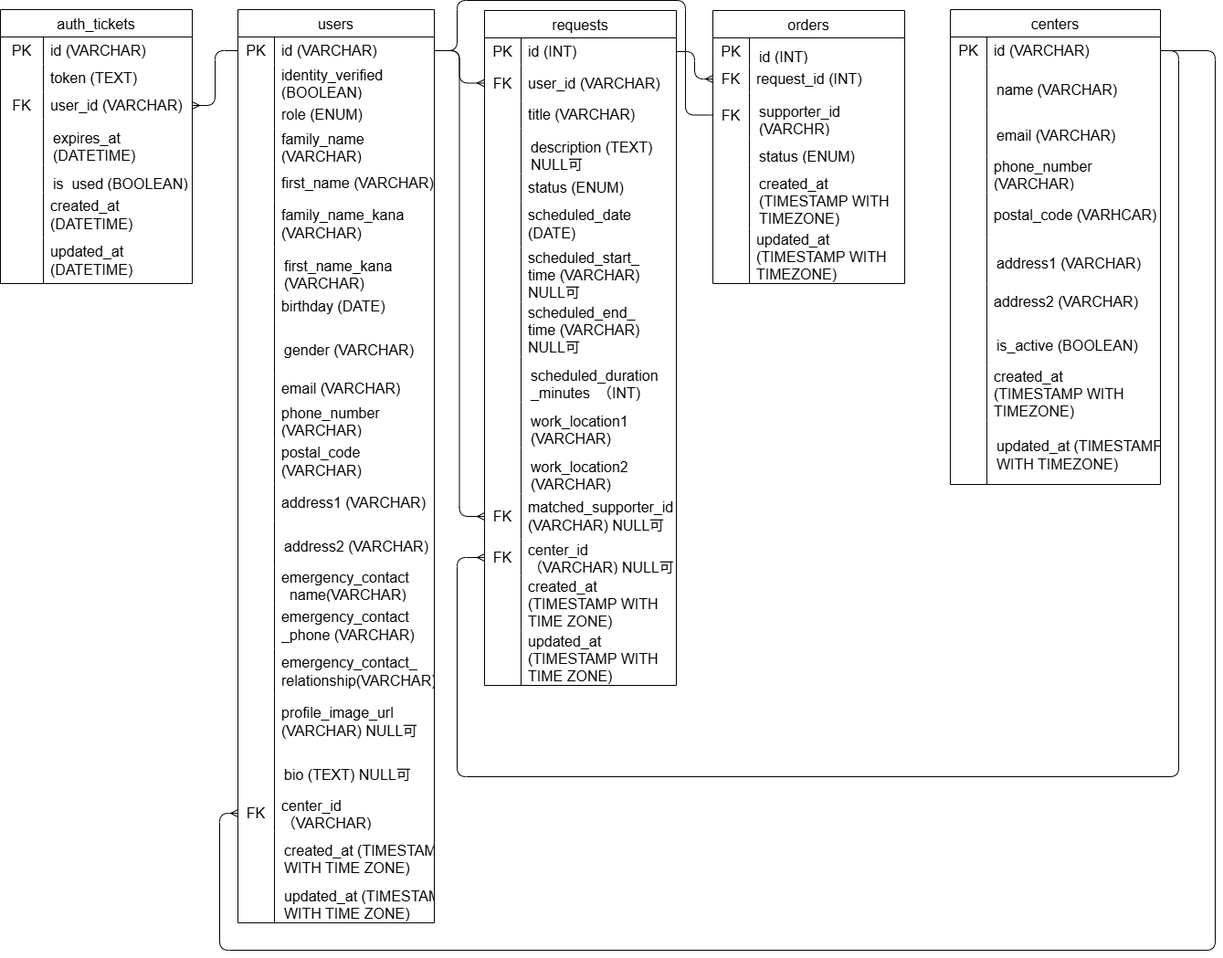
SoraTakaku-Tokyo/chokotto keeps this draw.io diagram as database_design.png. Above is the earlier version. Source tidied: cells renumbered, new cells last; positions are measured from the earlier drawing's top-left corner, leaving out a move shared by most shapes.
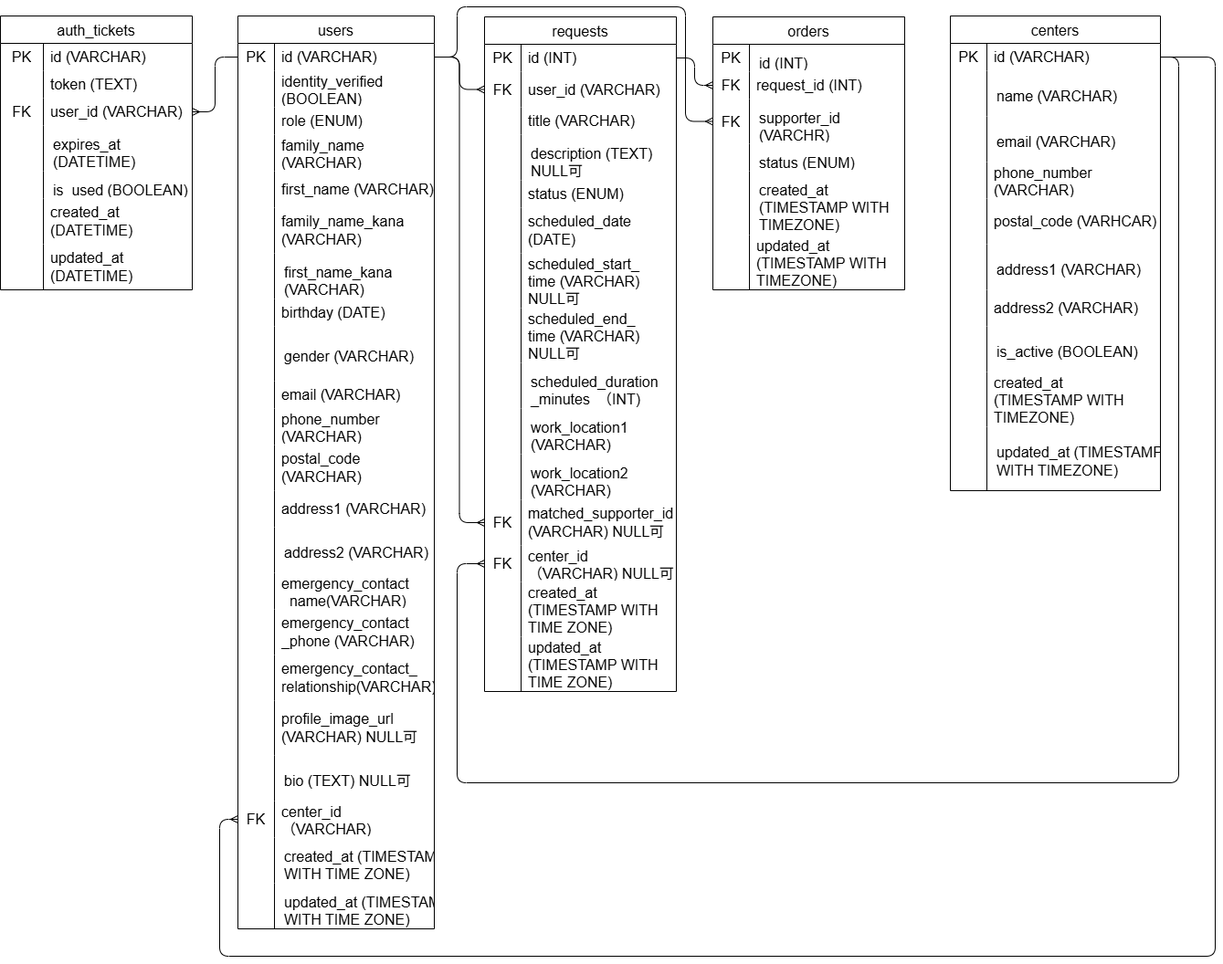
The same file after the commit.

Diff of the diagram source:
```diff
@@ -491,7 +491,7 @@
     <mxCell id="164" style="edgeStyle=orthogonalEdgeStyle;html=1;exitX=1;exitY=0.5;exitDx=0;exitDy=0;entryX=0;entryY=0.5;entryDx=0;entryDy=0;endArrow=ERmany;endFill=0;" parent="1" edge="1" source="98" target="149">
       <mxGeometry relative="1" as="geometry" />
     </mxCell>
-    <mxCell id="165" style="edgeStyle=orthogonalEdgeStyle;html=1;exitX=1;exitY=0.5;exitDx=0;exitDy=0;entryX=0;entryY=0.5;entryDx=0;entryDy=0;endArrow=none;endFill=0;" parent="1" edge="1" source="29" target="152">
+    <mxCell id="165" style="edgeStyle=orthogonalEdgeStyle;html=1;exitX=1;exitY=0.5;exitDx=0;exitDy=0;entryX=0;entryY=0.5;entryDx=0;entryDy=0;endArrow=ERmany;endFill=0;" parent="1" edge="1" source="29" target="152">
       <mxGeometry relative="1" as="geometry">
         <Array as="points">
           <mxPoint x="500" y="55" />
```
